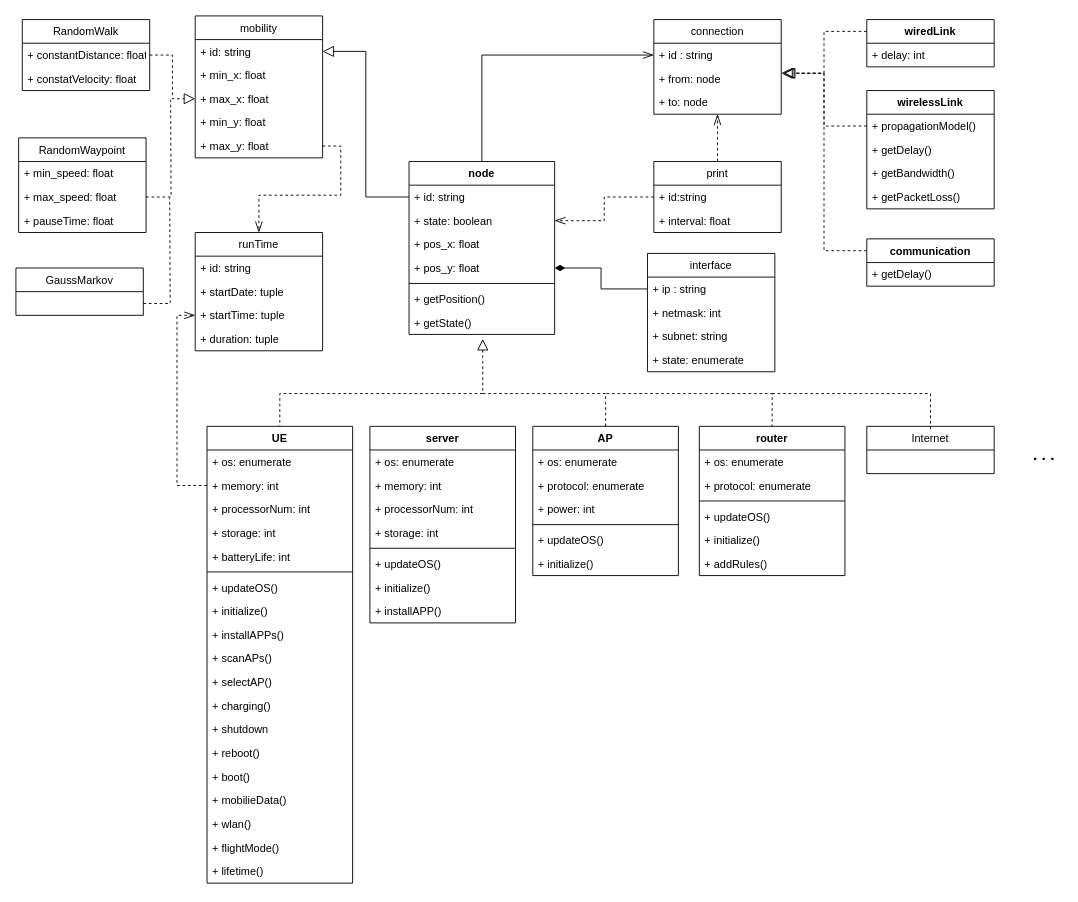
Earlier version of the draw.io diagram page "描述语言类图" (1 of 2) of 描述语言UML类图.drawio (Icarus1994/neutron_conf). Source tidied: cells renumbered, new cells numbered last; positions are measured from the earlier drawing's top-left corner, leaving out a move shared by most shapes. Both pictures are drawn from the tidied source at 91%, with x=0, y=0 at pixel (15, 15).
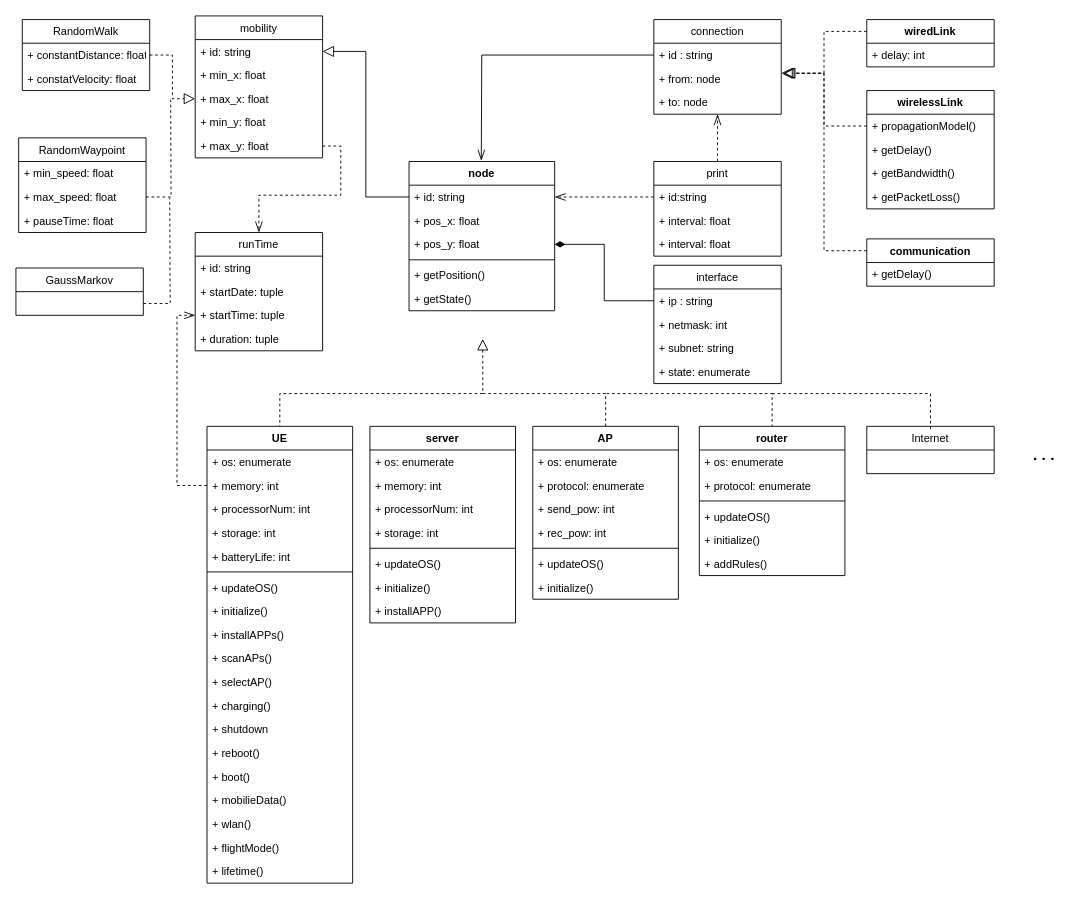
The same diagram, later.

Commit message:
Update 描述语言UML类图.drawio

The change refers to these unchanged cells:
```xml
<mxCell id="10" value="+ id: string" style="text;strokeColor=none;fillColor=none;align=left;verticalAlign=top;spacingLeft=4;spacingRight=4;overflow=hidden;points=[[0,0.5],[1,0.5]];portConstraint=eastwest;" parent="9" vertex="1">
  <mxGeometry y="26" width="160" height="26" as="geometry" />
</mxCell>
<mxCell id="53" value="+ id : string" style="text;strokeColor=none;fillColor=none;align=left;verticalAlign=top;spacingLeft=4;spacingRight=4;overflow=hidden;points=[[0,0.5],[1,0.5]];portConstraint=eastwest;" parent="52" vertex="1">
  <mxGeometry y="26" width="140" height="26" as="geometry" />
</mxCell>
<mxCell id="80" value="+ id:string" style="text;strokeColor=none;fillColor=none;align=left;verticalAlign=top;spacingLeft=4;spacingRight=4;overflow=hidden;points=[[0,0.5],[1,0.5]];portConstraint=eastwest;" parent="79" vertex="1">
  <mxGeometry y="26" width="140" height="26" as="geometry" />
</mxCell>
```

Diff of the diagram source:
```diff
@@
-    <mxCell id="8" style="edgeStyle=orthogonalEdgeStyle;rounded=0;jettySize=auto;html=1;exitX=0.5;exitY=0;exitDx=0;exitDy=0;entryX=0;entryY=0.5;entryDx=0;entryDy=0;endArrow=openThin;endFill=0;endSize=10;" parent="1" edge="1" source="9" target="53">
-      <mxGeometry relative="1" as="geometry" />
-    </mxCell>
     <mxCell id="9" value="node" style="swimlane;fontStyle=1;align=center;verticalAlign=top;horizontal=1;startSize=26;" parent="1" vertex="1">
-      <mxGeometry x="432" y="160" width="160" height="190" as="geometry" />
+      <mxGeometry x="432" y="160" width="160" height="164" as="geometry" />
     </mxCell>
@@
-    <mxCell id="11" value="+ state: boolean" style="text;strokeColor=none;fillColor=none;align=left;verticalAlign=top;spacingLeft=4;spacingRight=4;overflow=hidden;points=[[0,0.5],[1,0.5]];portConstraint=eastwest;" parent="9" vertex="1">
-      <mxGeometry y="52" width="160" height="26" as="geometry" />
-    </mxCell>
     <mxCell id="12" value="+ pos_x: float" style="text;strokeColor=none;fillColor=none;align=left;verticalAlign=top;spacingLeft=4;spacingRight=4;overflow=hidden;" parent="9" vertex="1">
-      <mxGeometry y="78" width="160" height="26" as="geometry" />
+      <mxGeometry y="52" width="160" height="26" as="geometry" />
     </mxCell>
     <mxCell id="13" value="+ pos_y: float" style="text;strokeColor=none;fillColor=none;align=left;verticalAlign=top;spacingLeft=4;spacingRight=4;overflow=hidden;points=[[0,0.5],[1,0.5]];portConstraint=eastwest;" parent="9" vertex="1">
-      <mxGeometry y="104" width="160" height="26" as="geometry" />
+      <mxGeometry y="78" width="160" height="26" as="geometry" />
     </mxCell>
     <mxCell id="14" style="line;strokeWidth=1;fillColor=none;align=left;verticalAlign=middle;spacingTop=-1;spacingLeft=3;spacingRight=3;labelPosition=right;" parent="9" vertex="1">
-      <mxGeometry y="130" width="160" height="8" as="geometry" />
+      <mxGeometry y="104" width="160" height="8" as="geometry" />
     </mxCell>
     <mxCell id="15" value="+ getPosition()" style="text;strokeColor=none;fillColor=none;align=left;verticalAlign=top;spacingLeft=4;spacingRight=4;overflow=hidden;" parent="9" vertex="1">
-      <mxGeometry y="138" width="160" height="26" as="geometry" />
+      <mxGeometry y="112" width="160" height="26" as="geometry" />
     </mxCell>
     <mxCell id="16" value="+ getState()" style="text;strokeColor=none;fillColor=none;align=left;verticalAlign=top;spacingLeft=4;spacingRight=4;overflow=hidden;" parent="9" vertex="1">
-      <mxGeometry y="164" width="160" height="26" as="geometry" />
+      <mxGeometry y="138" width="160" height="26" as="geometry" />
     </mxCell>
     <mxCell id="17" value="interface" style="swimlane;fontStyle=0;horizontal=1;startSize=26;fillColor=none;" parent="1" vertex="1">
-      <mxGeometry x="694" y="261" width="140" height="130" as="geometry" />
+      <mxGeometry x="701" y="274" width="140" height="130" as="geometry" />
     </mxCell>
@@
     <mxCell id="45" value="AP" style="swimlane;fontStyle=1;align=center;verticalAlign=top;horizontal=1;startSize=26;" parent="1" vertex="1">
-      <mxGeometry x="568" y="451" width="160" height="164" as="geometry" />
+      <mxGeometry x="568" y="451" width="160" height="190" as="geometry" />
     </mxCell>
@@
+    <mxCell id="112" value="+ send_pow: int" style="text;strokeColor=none;fillColor=none;align=left;verticalAlign=top;spacingLeft=4;spacingRight=4;overflow=hidden;" parent="45" vertex="1">
+      <mxGeometry y="78" width="160" height="26" as="geometry" />
+    </mxCell>
-    <mxCell id="48" value="+ power: int" style="text;strokeColor=none;fillColor=none;align=left;verticalAlign=top;spacingLeft=4;spacingRight=4;overflow=hidden;" parent="45" vertex="1">
-      <mxGeometry y="78" width="160" height="26" as="geometry" />
+    <mxCell id="48" value="+ rec_pow: int" style="text;strokeColor=none;fillColor=none;align=left;verticalAlign=top;spacingLeft=4;spacingRight=4;overflow=hidden;" parent="45" vertex="1">
+      <mxGeometry y="104" width="160" height="26" as="geometry" />
     </mxCell>
     <mxCell id="49" style="line;strokeWidth=1;fillColor=none;align=left;verticalAlign=middle;spacingTop=-1;spacingLeft=3;spacingRight=3;labelPosition=right;" parent="45" vertex="1">
-      <mxGeometry y="104" width="160" height="8" as="geometry" />
+      <mxGeometry y="130" width="160" height="8" as="geometry" />
     </mxCell>
     <mxCell id="50" value="+ updateOS()" style="text;strokeColor=none;fillColor=none;align=left;verticalAlign=top;spacingLeft=4;spacingRight=4;overflow=hidden;" parent="45" vertex="1">
-      <mxGeometry y="112" width="160" height="26" as="geometry" />
+      <mxGeometry y="138" width="160" height="26" as="geometry" />
     </mxCell>
     <mxCell id="51" value="+ initialize()" style="text;strokeColor=none;fillColor=none;align=left;verticalAlign=top;spacingLeft=4;spacingRight=4;overflow=hidden;" parent="45" vertex="1">
-      <mxGeometry y="138" width="160" height="26" as="geometry" />
+      <mxGeometry y="164" width="160" height="26" as="geometry" />
     </mxCell>
@@
     <mxCell id="79" value="print" style="swimlane;fontStyle=0;horizontal=1;startSize=26;fillColor=none;" parent="1" vertex="1">
-      <mxGeometry x="701" y="160" width="140" height="78" as="geometry" />
+      <mxGeometry x="701" y="160" width="140" height="104" as="geometry" />
     </mxCell>
@@
+    <mxCell id="113" value="+ interval: float" style="text;strokeColor=none;fillColor=none;align=left;verticalAlign=top;spacingLeft=4;spacingRight=4;overflow=hidden;" parent="79" vertex="1">
+      <mxGeometry y="52" width="140" height="26" as="geometry" />
+    </mxCell>
     <mxCell id="81" value="+ interval: float" style="text;strokeColor=none;fillColor=none;align=left;verticalAlign=top;spacingLeft=4;spacingRight=4;overflow=hidden;" parent="79" vertex="1">
-      <mxGeometry y="52" width="140" height="26" as="geometry" />
+      <mxGeometry y="78" width="140" height="26" as="geometry" />
     </mxCell>
-    <mxCell id="82" style="edgeStyle=orthogonalEdgeStyle;rounded=0;jettySize=auto;html=1;exitX=0;exitY=0.5;exitDx=0;exitDy=0;entryX=1;entryY=0.5;entryDx=0;entryDy=0;dashed=1;endArrow=openThin;endFill=0;endSize=10;" parent="1" edge="1" source="80" target="11">
-      <mxGeometry relative="1" as="geometry" />
-    </mxCell>
@@
+    <mxCell id="114" style="edgeStyle=orthogonalEdgeStyle;rounded=0;jettySize=auto;html=1;exitX=0;exitY=0.5;exitDx=0;exitDy=0;entryX=1;entryY=0.5;entryDx=0;entryDy=0;endArrow=openThin;endFill=0;dashed=1;strokeWidth=1;endSize=10;" parent="1" edge="1" source="80" target="10">
+      <mxGeometry relative="1" as="geometry" />
+    </mxCell>
+    <mxCell id="115" style="edgeStyle=orthogonalEdgeStyle;rounded=0;jettySize=auto;html=1;exitX=0;exitY=0.5;exitDx=0;exitDy=0;endArrow=openThin;endFill=0;endSize=10;strokeWidth=1;" parent="1" edge="1" source="53">
+      <mxGeometry relative="1" as="geometry">
+        <mxPoint x="511.4" y="159.1" as="targetPoint" />
+      </mxGeometry>
+    </mxCell>
```
